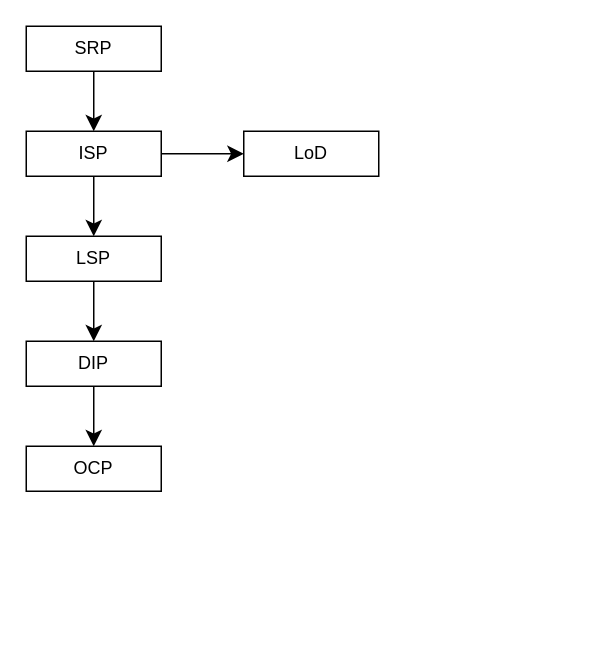
The draw.io diagram solid_with_lod.drawio in kelilive/OnlineDrawing, before the edit. Source tidied: cells renumbered, new cells numbered last; positions are measured from the earlier drawing's top-left corner, leaving out a move shared by most shapes. Both pictures are drawn from the tidied source at 150%, with x=0, y=0 at pixel (26, 26).
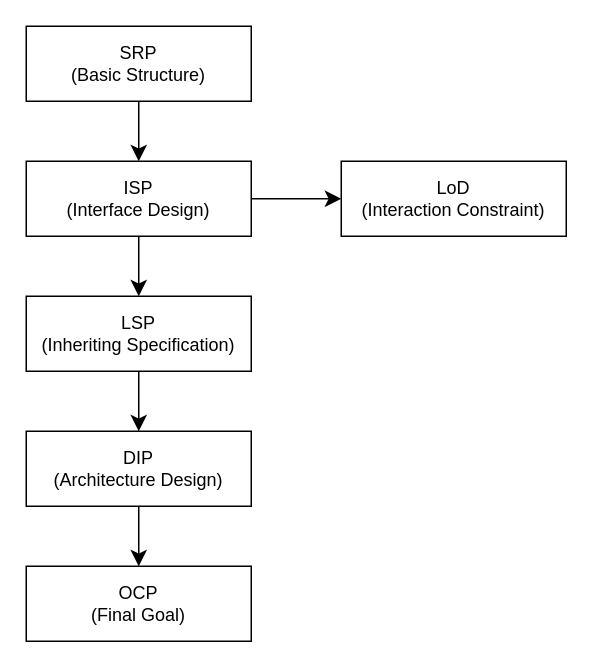
The same page after the edit.

Change to the diagram source:
```diff
@@
 <mxGraphModel>
   <root>
     <mxCell id="0" />
     <mxCell id="1" parent="0" />
-    <mxCell id="2" value="SRP" style="rounded=0;whiteSpace=wrap;html=1;" parent="1" vertex="1">
-      <mxGeometry width="90" height="30" as="geometry" />
+    <mxCell id="2" value="SRP&lt;div&gt;(Basic Structure)&lt;/div&gt;" style="rounded=0;whiteSpace=wrap;html=1;" parent="1" vertex="1">
+      <mxGeometry width="150" height="50" as="geometry" />
     </mxCell>
-    <mxCell id="3" value="ISP" style="rounded=0;whiteSpace=wrap;html=1;" parent="1" vertex="1">
-      <mxGeometry y="70" width="90" height="30" as="geometry" />
+    <mxCell id="3" value="ISP&lt;div&gt;(Interface Design)&lt;/div&gt;" style="rounded=0;whiteSpace=wrap;html=1;" parent="1" vertex="1">
+      <mxGeometry y="90" width="150" height="50" as="geometry" />
     </mxCell>
-    <mxCell id="4" value="LSP" style="rounded=0;whiteSpace=wrap;html=1;" parent="1" vertex="1">
-      <mxGeometry y="140" width="90" height="30" as="geometry" />
+    <mxCell id="4" value="LSP&lt;div&gt;(Inheriting Specification)&lt;/div&gt;" style="rounded=0;whiteSpace=wrap;html=1;" parent="1" vertex="1">
+      <mxGeometry y="180" width="150" height="50" as="geometry" />
     </mxCell>
-    <mxCell id="5" value="DIP" style="rounded=0;whiteSpace=wrap;html=1;" parent="1" vertex="1">
-      <mxGeometry y="210" width="90" height="30" as="geometry" />
+    <mxCell id="5" value="DIP&lt;br&gt;(Architecture Design)" style="rounded=0;whiteSpace=wrap;html=1;" parent="1" vertex="1">
+      <mxGeometry y="270" width="150" height="50" as="geometry" />
     </mxCell>
-    <mxCell id="6" value="OCP" style="rounded=0;whiteSpace=wrap;html=1;" parent="1" vertex="1">
-      <mxGeometry y="280" width="90" height="30" as="geometry" />
+    <mxCell id="6" value="OCP&lt;div&gt;(Final Goal&lt;span style=&quot;background-color: transparent; color: light-dark(rgb(0, 0, 0), rgb(255, 255, 255));&quot;&gt;)&lt;/span&gt;&lt;/div&gt;" style="rounded=0;whiteSpace=wrap;html=1;" parent="1" vertex="1">
+      <mxGeometry y="360" width="150" height="50" as="geometry" />
     </mxCell>
-    <mxCell id="7" value="LoD" style="rounded=0;whiteSpace=wrap;html=1;" parent="1" vertex="1">
-      <mxGeometry x="145" y="70" width="90" height="30" as="geometry" />
+    <mxCell id="7" value="LoD&lt;div&gt;(Interaction Constraint)&lt;/div&gt;" style="rounded=0;whiteSpace=wrap;html=1;" parent="1" vertex="1">
+      <mxGeometry x="210" y="90" width="150" height="50" as="geometry" />
     </mxCell>
     <mxCell id="8" style="endArrow=classic;html=1;rounded=0;fontSize=12;startSize=8;endSize=8;curved=1;exitX=0.5;exitY=1;exitDx=0;exitDy=0;entryX=0.5;entryY=0;entryDx=0;entryDy=0;" parent="1" edge="1" source="2" target="3">
       <mxGeometry relative="1" as="geometry" />
     </mxCell>
     <mxCell id="9" style="endArrow=classic;html=1;rounded=0;fontSize=12;startSize=8;endSize=8;curved=1;exitX=0.5;exitY=1;exitDx=0;exitDy=0;entryX=0.5;entryY=0;entryDx=0;entryDy=0;" parent="1" edge="1" source="3" target="4">
       <mxGeometry relative="1" as="geometry" />
     </mxCell>
     <mxCell id="10" style="endArrow=classic;html=1;rounded=0;fontSize=12;startSize=8;endSize=8;curved=1;exitX=0.5;exitY=1;exitDx=0;exitDy=0;entryX=0.5;entryY=0;entryDx=0;entryDy=0;" parent="1" edge="1" source="4" target="5">
       <mxGeometry relative="1" as="geometry" />
     </mxCell>
     <mxCell id="11" style="endArrow=classic;html=1;rounded=0;fontSize=12;startSize=8;endSize=8;curved=1;exitX=1;exitY=0.5;exitDx=0;exitDy=0;entryX=0;entryY=0.5;entryDx=0;entryDy=0;" parent="1" edge="1" source="3" target="7">
       <mxGeometry relative="1" as="geometry" />
     </mxCell>
     <mxCell id="12" style="endArrow=classic;html=1;rounded=0;fontSize=12;startSize=8;endSize=8;curved=1;exitX=0.5;exitY=1;exitDx=0;exitDy=0;entryX=0.5;entryY=0;entryDx=0;entryDy=0;" parent="1" edge="1" source="5" target="6">
       <mxGeometry relative="1" as="geometry" />
     </mxCell>
   </root>
 </mxGraphModel>
```
